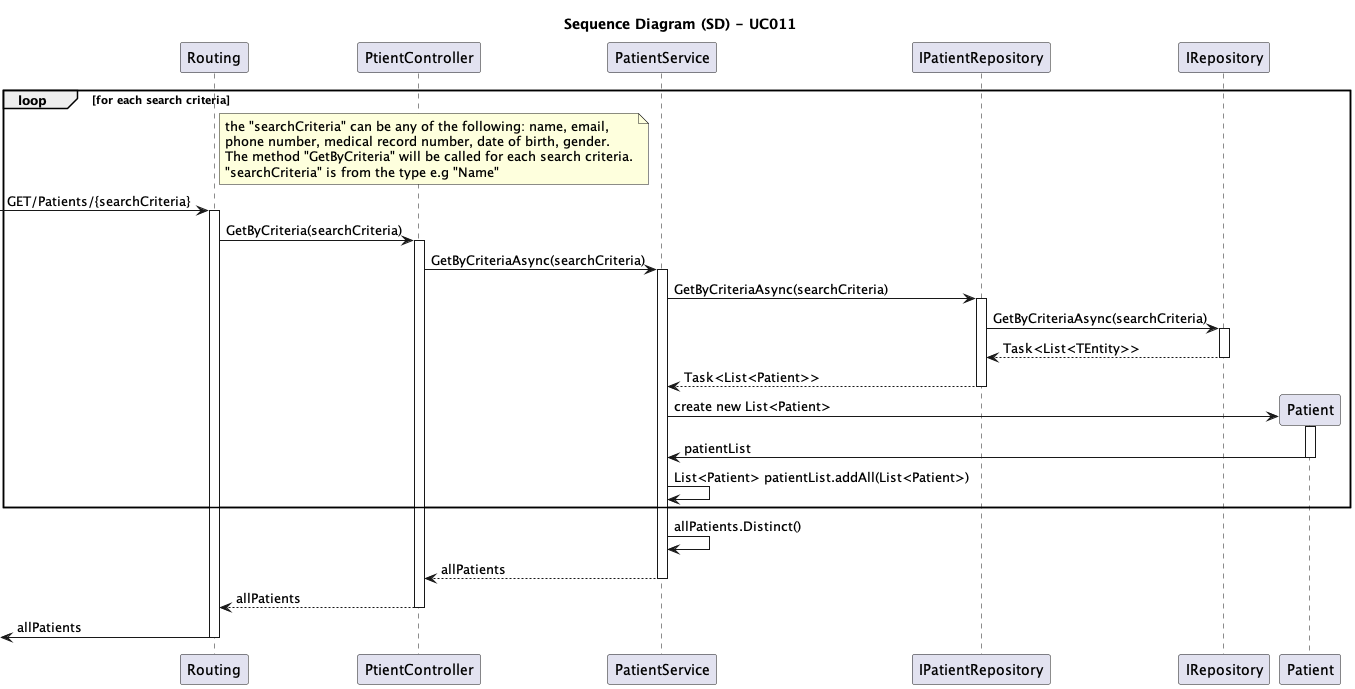
The PlantUML diagram docs/SprintA/UseCases/UC011/03.design/png/uc011-sequence-diagram.png in 1221124/sem5pi-24-25-g031, before a commit.
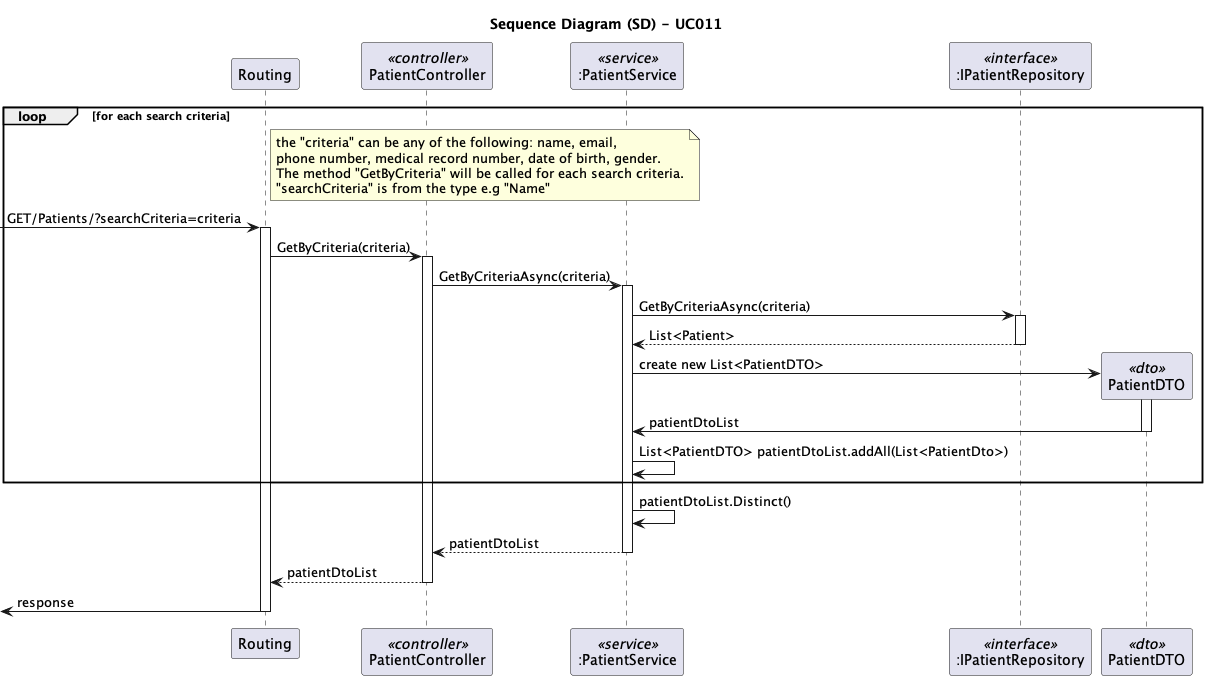
Later version of the same file.

Commit message:
#13 UC011 Sequence Diagram

Updates to the sequence diagram from UC011 and updated png files

Change to the diagram source:
```diff
@@ -9,60 +9,53 @@
 
 
 participant "Routing" as Routing
-participant "PtientController" as Controller
-participant "PatientService" as Service
-participant "IPatientRepository" as IPatientRepository
-participant "IRepository" as IRepository
-participant "Patient" as Patient
+participant "PatientController" as Controller <<controller>>
+participant ":PatientService" as Service <<service>>
+participant ":IPatientRepository" as IPatientRepository <<interface>>
+participant "PatientDTO" as PatientDTO <<dto>>
 
 loop for each search criteria
 
   note right of Routing
-    the "searchCriteria" can be any of the following: name, email,
+    the "criteria" can be any of the following: name, email,
     phone number, medical record number, date of birth, gender.
     The method "GetByCriteria" will be called for each search criteria.
     "searchCriteria" is from the type e.g "Name"
   end note
 
-  -> Routing: GET/Patients/{searchCriteria}
+  -> Routing: GET/Patients/?searchCriteria=criteria
   activate Routing
 
-    Routing -> Controller: GetByCriteria(searchCriteria)
+    Routing -> Controller: GetByCriteria(criteria)
     activate Controller
 
-      Controller -> Service: GetByCriteriaAsync(searchCriteria)
+      Controller -> Service: GetByCriteriaAsync(criteria)
       activate Service
 
-        Service -> IPatientRepository: GetByCriteriaAsync(searchCriteria)
+        Service -> IPatientRepository: GetByCriteriaAsync(criteria)
         activate IPatientRepository
 
-          IPatientRepository -> IRepository: GetByCriteriaAsync(searchCriteria)
-          activate IRepository
-
-              IRepository --> IPatientRepository: Task<List<TEntity>>
-          deactivate IRepository
-
-          IPatientRepository --> Service: Task<List<Patient>>
+          IPatientRepository --> Service: List<Patient>
         deactivate IPatientRepository
 
-        Service -> Patient**: create new List<Patient>
-        activate Patient
+        Service -> PatientDTO**: create new List<PatientDTO>
+        activate PatientDTO
 
-          Patient -> Service: patientList
-        deactivate Patient
+          PatientDTO -> Service: patientDtoList
+        deactivate PatientDTO
 
-        Service -> Service: List<Patient> patientList.addAll(List<Patient>)
+        Service -> Service: List<PatientDTO> patientDtoList.addAll(List<PatientDto>)
 end
 
-        Service -> Service: allPatients.Distinct()
+        Service -> Service: patientDtoList.Distinct()
 
-        Service --> Controller: allPatients
+        Service --> Controller: patientDtoList
       deactivate Service
 
-      Controller --> Routing: allPatients
+      Controller --> Routing: patientDtoList
     deactivate Controller
 
-    <- Routing : allPatients
+    <- Routing : response
   deactivate Routing
 
 
```
